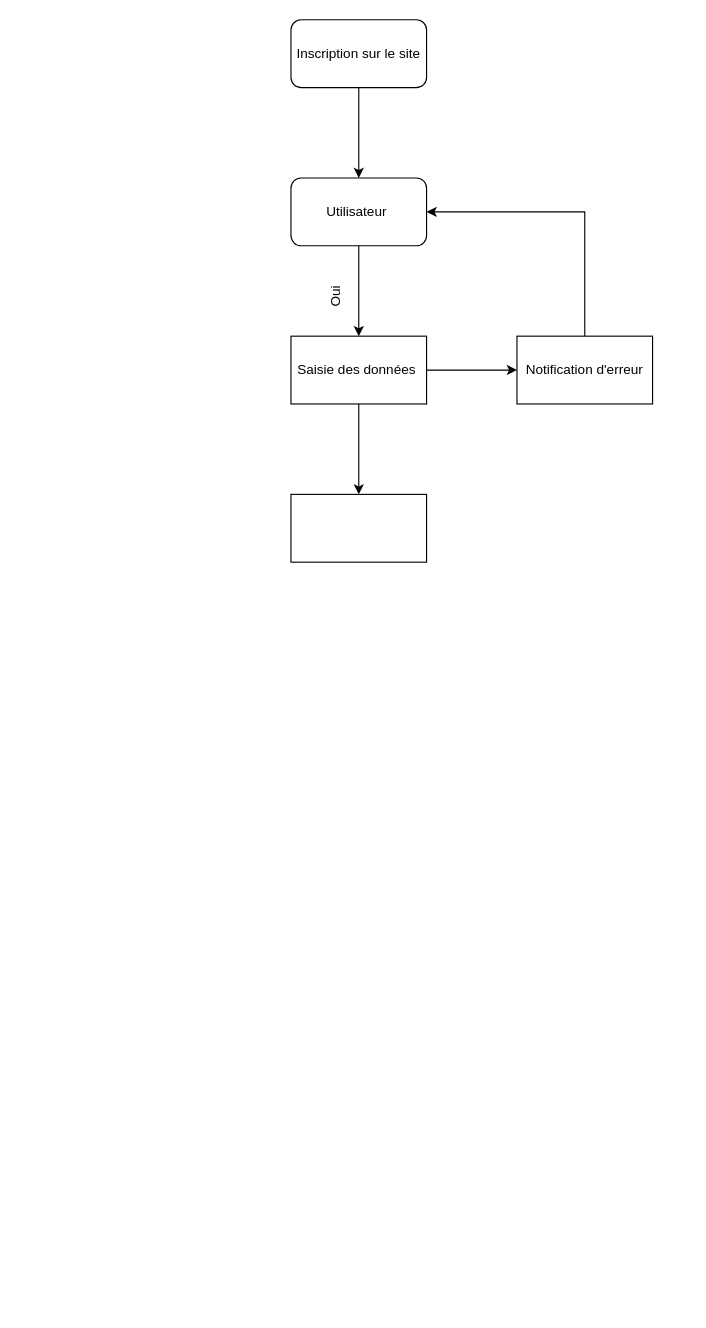
Before: page "Diagramme d'état utilisateur" (1 of 5) of Diagramme sans nom.drawio in loubhmd/loubhmd, a draw.io diagram. Source tidied: cells renumbered, new cells numbered last; positions are measured from the earlier drawing's top-left corner, leaving out a move shared by most shapes. Both pictures are drawn from the tidied source at 113%, with x=0, y=0 at pixel (290, 19).
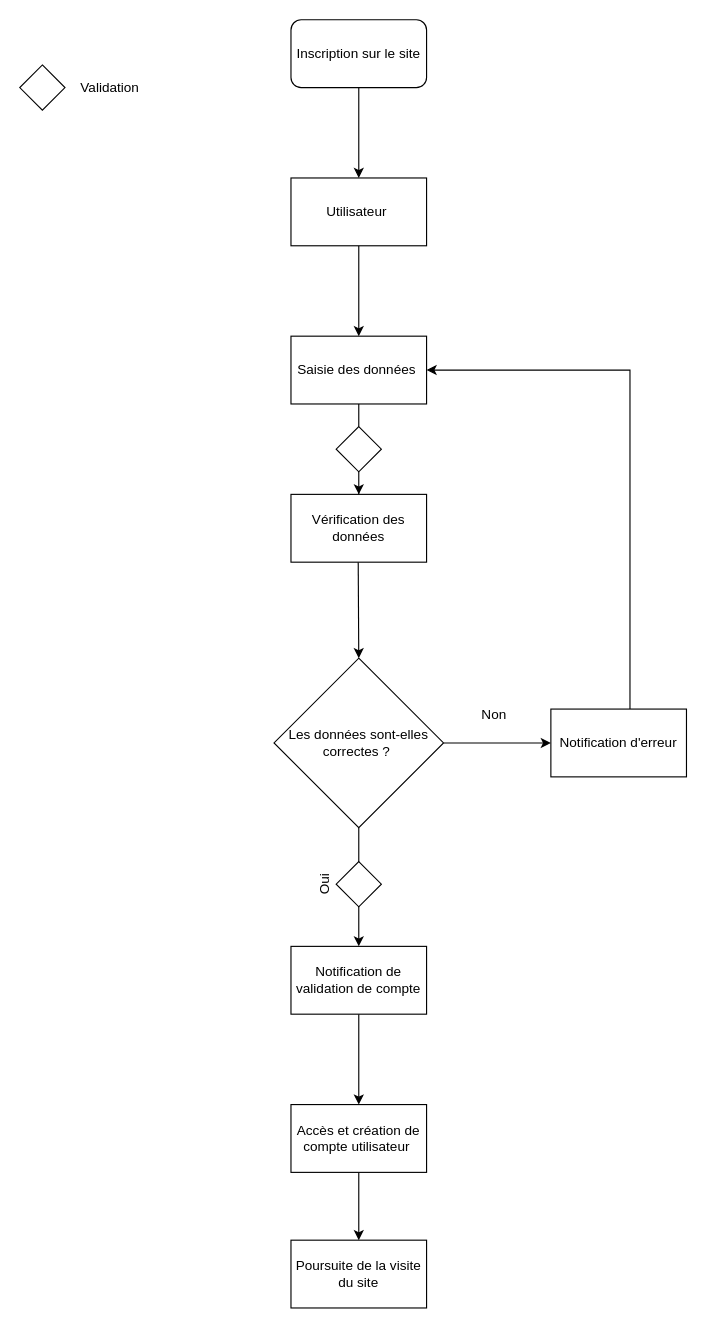
After the change.

Commit message:
Mettre à jour Diagramme sans nom.drawio

Unchanged cells that the change refers to:
```xml
<mxCell id="8" value="Saisie des données&amp;nbsp;" style="whiteSpace=wrap;html=1;" parent="1" vertex="1">
  <mxGeometry y="280" width="120" height="60" as="geometry" />
</mxCell>
```

Change to the diagram source:
```diff
@@
-    <mxCell id="5" value="Utilisateur&amp;nbsp;" style="whiteSpace=wrap;html=1;rounded=1;" parent="1" vertex="1">
+    <mxCell id="5" value="Utilisateur&amp;nbsp;" style="whiteSpace=wrap;html=1;rounded=1;arcSize=0;" parent="1" vertex="1">
       <mxGeometry y="140" width="120" height="60" as="geometry" />
     </mxCell>
-    <mxCell id="6" style="edgeStyle=orthogonalEdgeStyle;rounded=0;jettySize=auto;html=1;" parent="1" edge="1" source="8" target="11">
+    <mxCell id="6" style="edgeStyle=orthogonalEdgeStyle;rounded=0;jettySize=auto;html=1;startArrow=none;" parent="1" edge="1" source="16" target="11">
       <mxGeometry relative="1" as="geometry" />
     </mxCell>
-    <mxCell id="7" style="edgeStyle=orthogonalEdgeStyle;rounded=0;jettySize=auto;html=1;" parent="1" edge="1" source="8" target="13">
-      <mxGeometry relative="1" as="geometry" />
-    </mxCell>
@@
     <mxCell id="10" value="Oui" style="text;html=1;strokeColor=none;fillColor=none;align=center;verticalAlign=middle;whiteSpace=wrap;rounded=0;rotation=-90;" parent="1" vertex="1">
-      <mxGeometry x="10" y="230" width="60" height="30" as="geometry" />
+      <mxGeometry y="750" width="60" height="30" as="geometry" />
     </mxCell>
+    <mxCell id="14" style="edgeStyle=orthogonalEdgeStyle;rounded=0;jettySize=auto;html=1;startArrow=none;entryX=0.5;entryY=0;entryDx=0;entryDy=0;" parent="1" edge="1" target="19">
+      <mxGeometry relative="1" as="geometry">
+        <mxPoint x="59.5" y="480" as="sourcePoint" />
+      </mxGeometry>
+    </mxCell>
-    <mxCell id="11" style="whiteSpace=wrap;html=1;" parent="1" vertex="1">
+    <mxCell id="11" value="Vérification des données" style="whiteSpace=wrap;html=1;" parent="1" vertex="1">
       <mxGeometry y="420" width="120" height="60" as="geometry" />
     </mxCell>
-    <mxCell id="12" style="edgeStyle=orthogonalEdgeStyle;rounded=0;jettySize=auto;html=1;entryX=1;entryY=0.5;entryDx=0;entryDy=0;" parent="1" edge="1" source="13" target="5">
+    <mxCell id="12" style="edgeStyle=orthogonalEdgeStyle;rounded=0;jettySize=auto;html=1;entryX=1;entryY=0.5;entryDx=0;entryDy=0;" parent="1" edge="1" source="13" target="8">
       <mxGeometry relative="1" as="geometry">
         <Array as="points">
-          <mxPoint x="260" y="170" />
+          <mxPoint x="300" y="310" />
         </Array>
       </mxGeometry>
     </mxCell>
     <mxCell id="13" value="Notification d'erreur" style="whiteSpace=wrap;html=1;" parent="1" vertex="1">
-      <mxGeometry x="200" y="280" width="120" height="60" as="geometry" />
+      <mxGeometry x="230" y="610" width="120" height="60" as="geometry" />
     </mxCell>
+    <mxCell id="15" value="Non" style="text;html=1;strokeColor=none;fillColor=none;align=center;verticalAlign=middle;whiteSpace=wrap;rounded=0;rotation=0;" parent="1" vertex="1">
+      <mxGeometry x="150" y="600" width="60" height="30" as="geometry" />
+    </mxCell>
+    <mxCell id="16" style="rhombus;whiteSpace=wrap;html=1;" parent="1" vertex="1">
+      <mxGeometry x="40" y="360" width="40" height="40" as="geometry" />
+    </mxCell>
+    <mxCell id="17" style="edgeStyle=orthogonalEdgeStyle;rounded=0;jettySize=auto;html=1;endArrow=none;" parent="1" edge="1" source="8" target="16">
+      <mxGeometry relative="1" as="geometry" />
+    </mxCell>
+    <mxCell id="18" style="edgeStyle=orthogonalEdgeStyle;rounded=0;jettySize=auto;html=1;" parent="1" edge="1" source="19" target="22">
+      <mxGeometry relative="1" as="geometry" />
+    </mxCell>
+    <mxCell id="19" value="Les données sont-elles correctes ?&amp;nbsp;" style="rhombus;whiteSpace=wrap;html=1;" parent="1" vertex="1">
+      <mxGeometry x="-15" y="565" width="150" height="150" as="geometry" />
+    </mxCell>
+    <mxCell id="20" style="endArrow=classic;html=1;rounded=0;exitX=1;exitY=0.5;exitDx=0;exitDy=0;entryX=0;entryY=0.5;entryDx=0;entryDy=0;" parent="1" edge="1" source="19" target="13">
+      <mxGeometry relative="1" as="geometry" />
+    </mxCell>
+    <mxCell id="21" style="edgeStyle=orthogonalEdgeStyle;rounded=0;jettySize=auto;html=1;" parent="1" edge="1" source="22" target="24">
+      <mxGeometry relative="1" as="geometry" />
+    </mxCell>
+    <mxCell id="22" value="Notification de validation de compte" style="rounded=1;whiteSpace=wrap;html=1;arcSize=0;" parent="1" vertex="1">
+      <mxGeometry y="820" width="120" height="60" as="geometry" />
+    </mxCell>
+    <mxCell id="23" style="edgeStyle=orthogonalEdgeStyle;rounded=0;jettySize=auto;html=1;" parent="1" edge="1" source="24" target="25">
+      <mxGeometry relative="1" as="geometry" />
+    </mxCell>
+    <mxCell id="24" value="Accès et création de compte utilisateur&amp;nbsp;" style="whiteSpace=wrap;html=1;rounded=1;arcSize=0;" parent="1" vertex="1">
+      <mxGeometry y="960" width="120" height="60" as="geometry" />
+    </mxCell>
+    <mxCell id="25" value="Poursuite de la visite du site" style="whiteSpace=wrap;html=1;rounded=1;arcSize=0;" parent="1" vertex="1">
+      <mxGeometry y="1080" width="120" height="60" as="geometry" />
+    </mxCell>
+    <mxCell id="26" style="rhombus;whiteSpace=wrap;html=1;" parent="1" vertex="1">
+      <mxGeometry x="-240" y="40" width="40" height="40" as="geometry" />
+    </mxCell>
+    <mxCell id="27" value="Validation" style="text;html=1;strokeColor=none;fillColor=none;align=center;verticalAlign=middle;whiteSpace=wrap;rounded=0;" parent="1" vertex="1">
+      <mxGeometry x="-190" y="45" width="60" height="30" as="geometry" />
+    </mxCell>
+    <mxCell id="28" style="rhombus;whiteSpace=wrap;html=1;" parent="1" vertex="1">
+      <mxGeometry x="40" y="745" width="40" height="40" as="geometry" />
+    </mxCell>
```
